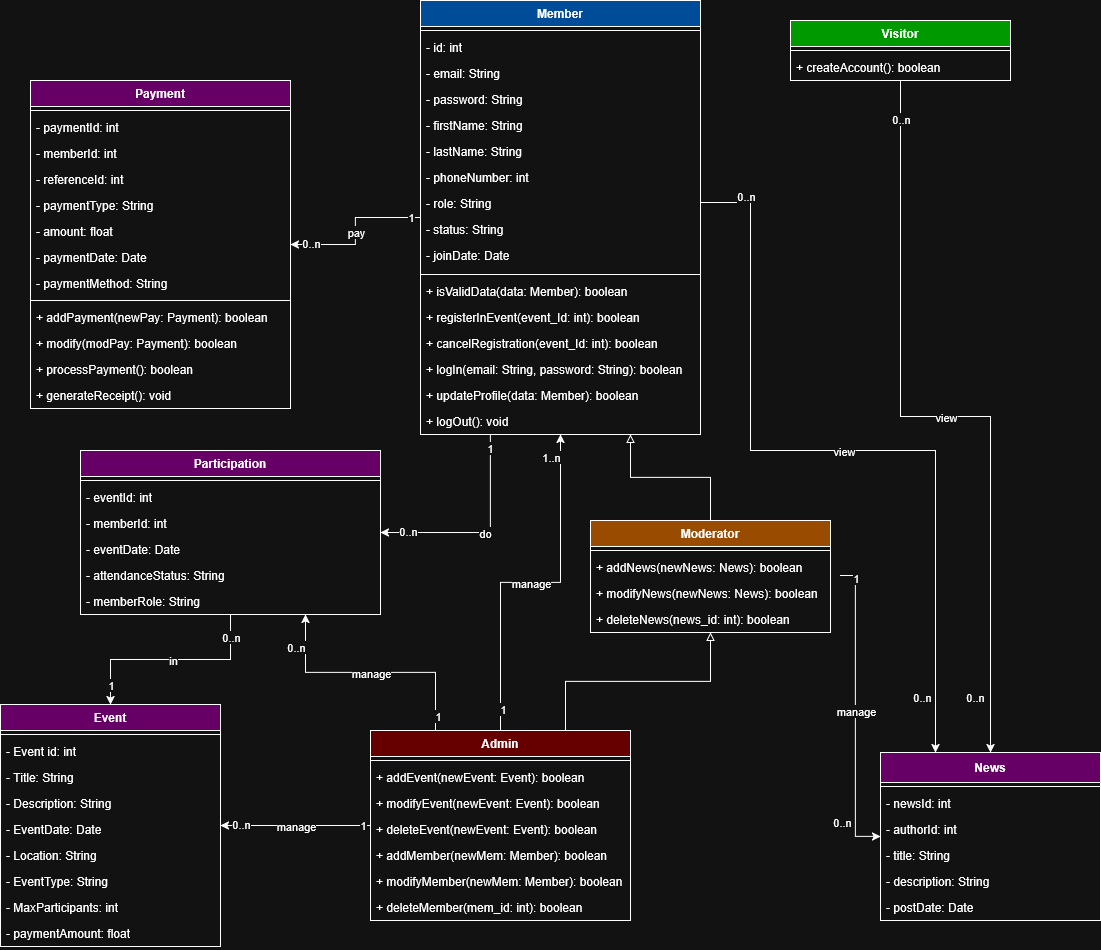
rayenbenyoussef/Jci_Manager keeps this draw.io diagram as uml diagram/class.png. Above is the earlier version. Source tidied: cells renumbered, new cells last; positions are measured from the earlier drawing's top-left corner, leaving out a move shared by most shapes.
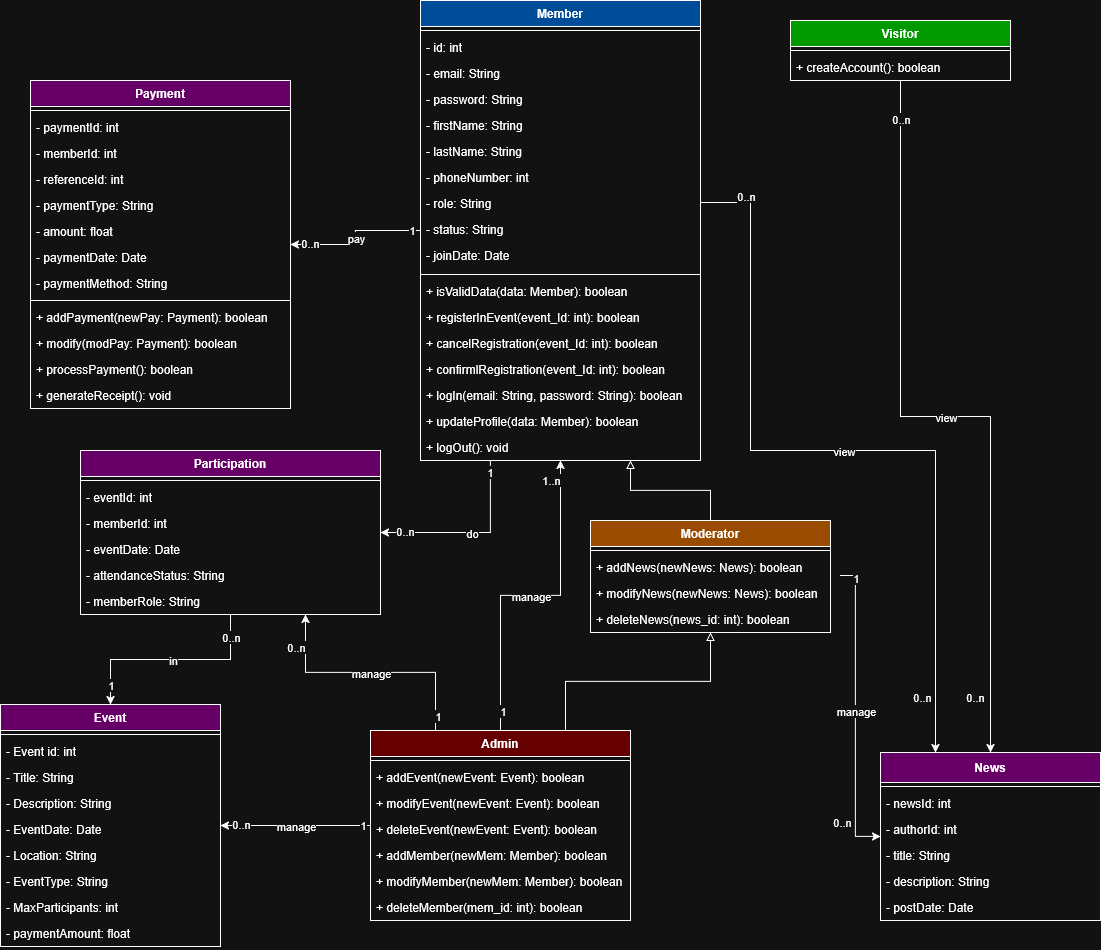
After the commit.

Diff of the diagram source:
```diff
@@ -33,7 +33,7 @@
       <mxGeometry y="216" width="220" height="26" as="geometry" />
     </mxCell>
     <mxCell id="12" value="Member" style="swimlane;fontStyle=1;horizontal=1;startSize=26;fillColor=light-dark(#FFFFFF,#004C99);" parent="1" vertex="1">
-      <mxGeometry x="420" width="280" height="434" as="geometry" />
+      <mxGeometry x="420" width="280" height="460" as="geometry" />
     </mxCell>
     <mxCell id="13" style="line;strokeWidth=1;fillColor=none;align=left;verticalAlign=middle;spacingTop=-1;spacingLeft=3;spacingRight=3;labelPosition=right;" parent="12" vertex="1">
       <mxGeometry y="26" width="280" height="8" as="geometry" />
@@ -77,14 +77,17 @@
     <mxCell id="26" value="+ cancelRegistration(event_Id: int): boolean" style="text;strokeColor=none;fillColor=none;align=left;verticalAlign=top;spacingLeft=4;spacingRight=4;overflow=hidden;" parent="12" vertex="1">
       <mxGeometry y="330" width="280" height="26" as="geometry" />
     </mxCell>
+    <mxCell id="112" value="+ confirmlRegistration(event_Id: int): boolean" style="text;strokeColor=none;fillColor=none;align=left;verticalAlign=top;spacingLeft=4;spacingRight=4;overflow=hidden;" parent="12" vertex="1">
+      <mxGeometry y="356" width="280" height="26" as="geometry" />
+    </mxCell>
     <mxCell id="27" value="+ logIn(email: String, password: String): boolean" style="text;strokeColor=none;fillColor=none;align=left;verticalAlign=top;spacingLeft=4;spacingRight=4;overflow=hidden;" parent="12" vertex="1">
-      <mxGeometry y="356" width="280" height="26" as="geometry" />
+      <mxGeometry y="382" width="280" height="26" as="geometry" />
     </mxCell>
     <mxCell id="28" value="+ updateProfile(data: Member): boolean" style="text;strokeColor=none;fillColor=none;align=left;verticalAlign=top;spacingLeft=4;spacingRight=4;overflow=hidden;" parent="12" vertex="1">
-      <mxGeometry y="382" width="280" height="26" as="geometry" />
+      <mxGeometry y="408" width="280" height="26" as="geometry" />
     </mxCell>
     <mxCell id="29" value="+ logOut(): void" style="text;strokeColor=none;fillColor=none;align=left;verticalAlign=top;spacingLeft=4;spacingRight=4;overflow=hidden;" parent="12" vertex="1">
-      <mxGeometry y="408" width="280" height="26" as="geometry" />
+      <mxGeometry y="434" width="280" height="26" as="geometry" />
     </mxCell>
     <mxCell id="30" value="News" style="swimlane;fontStyle=1;horizontal=1;startSize=30;fillColor=light-dark(#FFFFFF,#660066);" parent="1" vertex="1">
       <mxGeometry x="880" y="752" width="220" height="168" as="geometry" />
```
